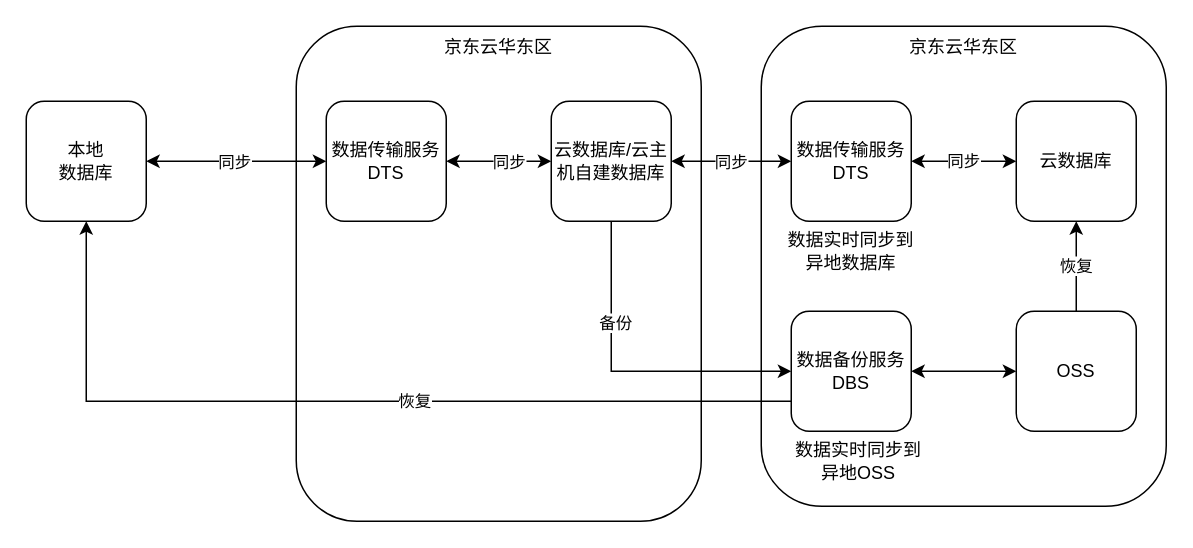
zjtheone/read-the-fxxk-code keeps this draw.io diagram as page "Page-2" (2 of 4) of Untitled Diagram.drawio. Above is the earlier version. Source tidied: cells renumbered, new cells numbered last; positions are measured from the earlier drawing's top-left corner, leaving out a move shared by most shapes. Both pictures are drawn from the tidied source at 150%, with x=0, y=0 at pixel (26, 26).
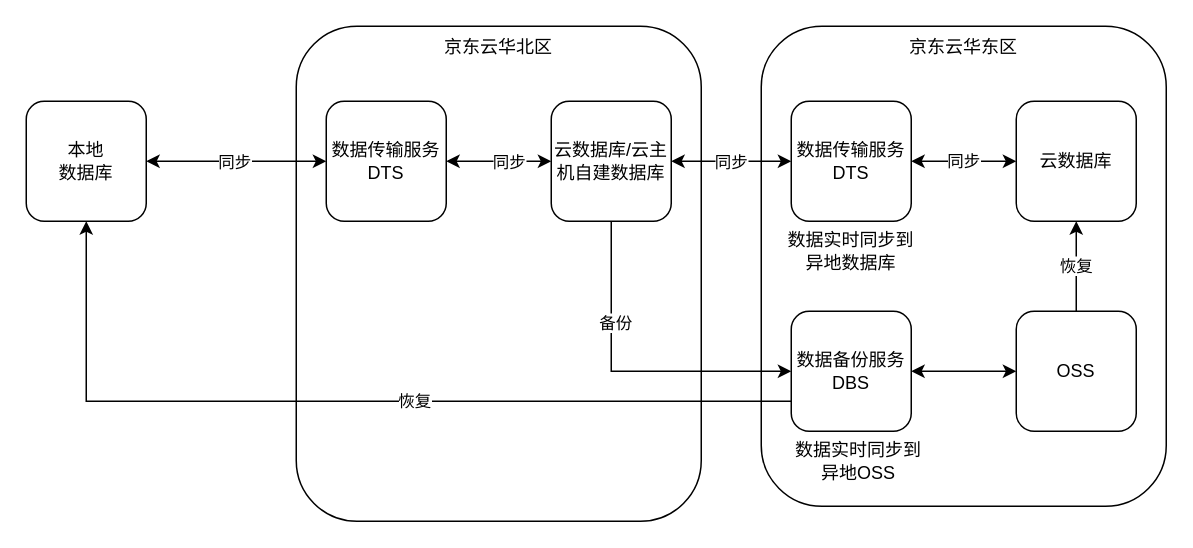
After the change.

Diff of the diagram source:
```diff
@@
-    <mxCell id="5" value="京东云华东区" style="rounded=1;whiteSpace=wrap;html=1;verticalAlign=top;" parent="1" vertex="1">
+    <mxCell id="5" value="京东云华北区" style="rounded=1;whiteSpace=wrap;html=1;verticalAlign=top;" parent="1" vertex="1">
       <mxGeometry x="180" width="270" height="330" as="geometry" />
     </mxCell>
```
